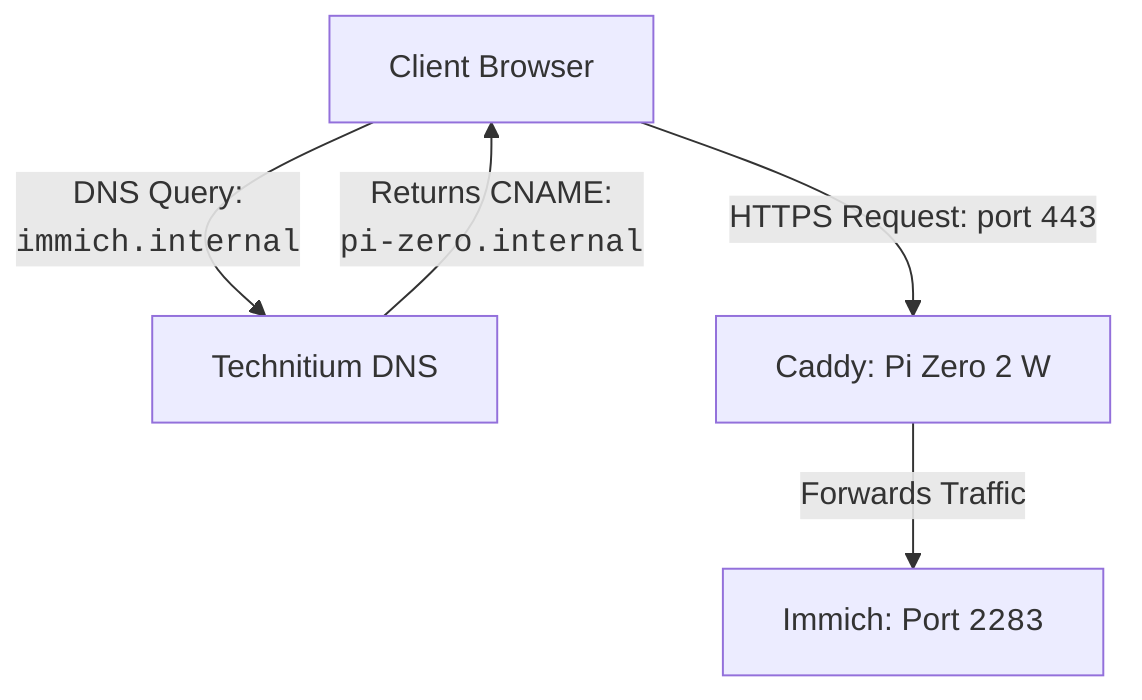
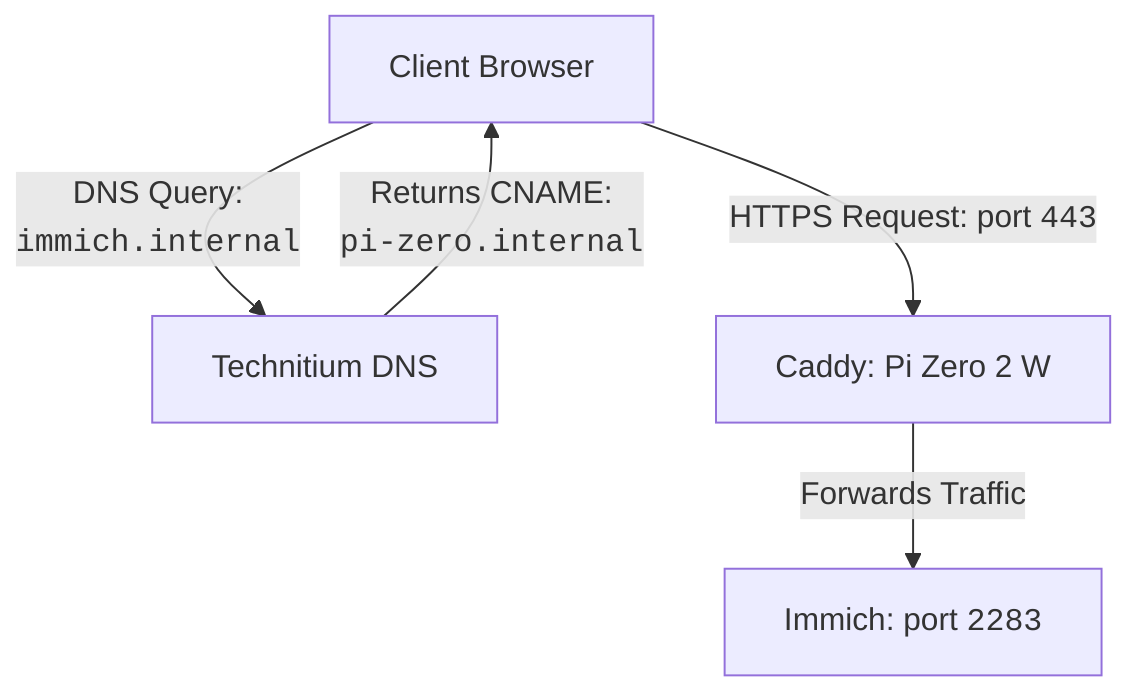
graph TD
    User[Client Browser] -- "DNS Query:<br><code>immich.internal</code>" --> DNS[Technitium DNS]
    DNS -- "Returns CNAME:<br><code>pi-zero.internal</code>" --> User
    User -- "HTTPS Request: port <code>443</code>" --> Proxy[Caddy: Pi Zero 2 W]
-     Proxy -- "Forwards Traffic" --> App[Immich: Port <code>2283</code>]+     Proxy -- "Forwards Traffic" --> App[Immich: port <code>2283</code>]